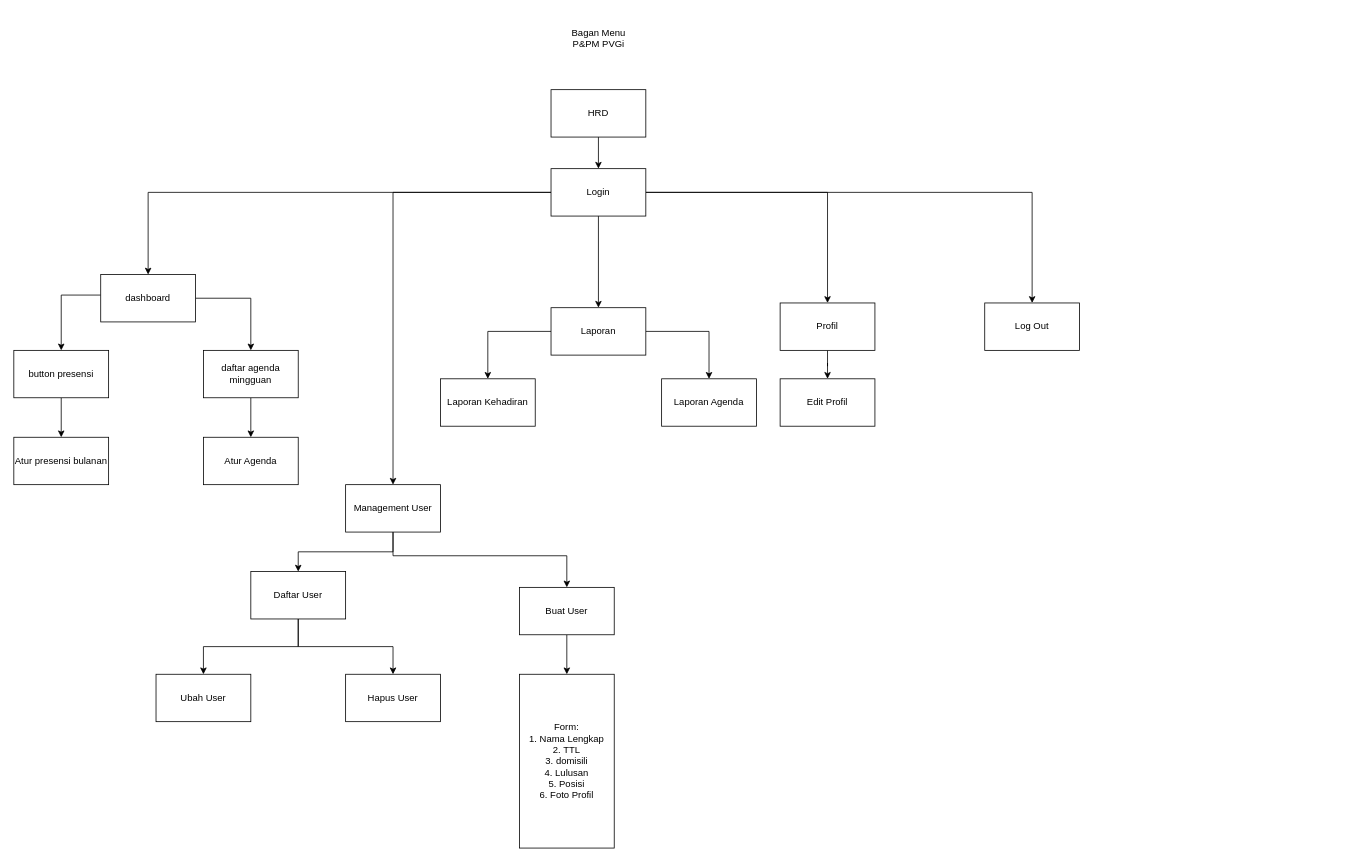
This is page "HRD" (3 of 6) of P&PM PVGi/Bagan Menu PNPM.drawio from birthdaygracia24/AllAboutDrawIO, a draw.io file, before an edit. Source tidied: cells renumbered, new cells numbered last; positions are measured from the earlier drawing's top-left corner, leaving out a move shared by most shapes. Both pictures are drawn from the tidied source at 79%, with x=0, y=0 at pixel (13, 26).
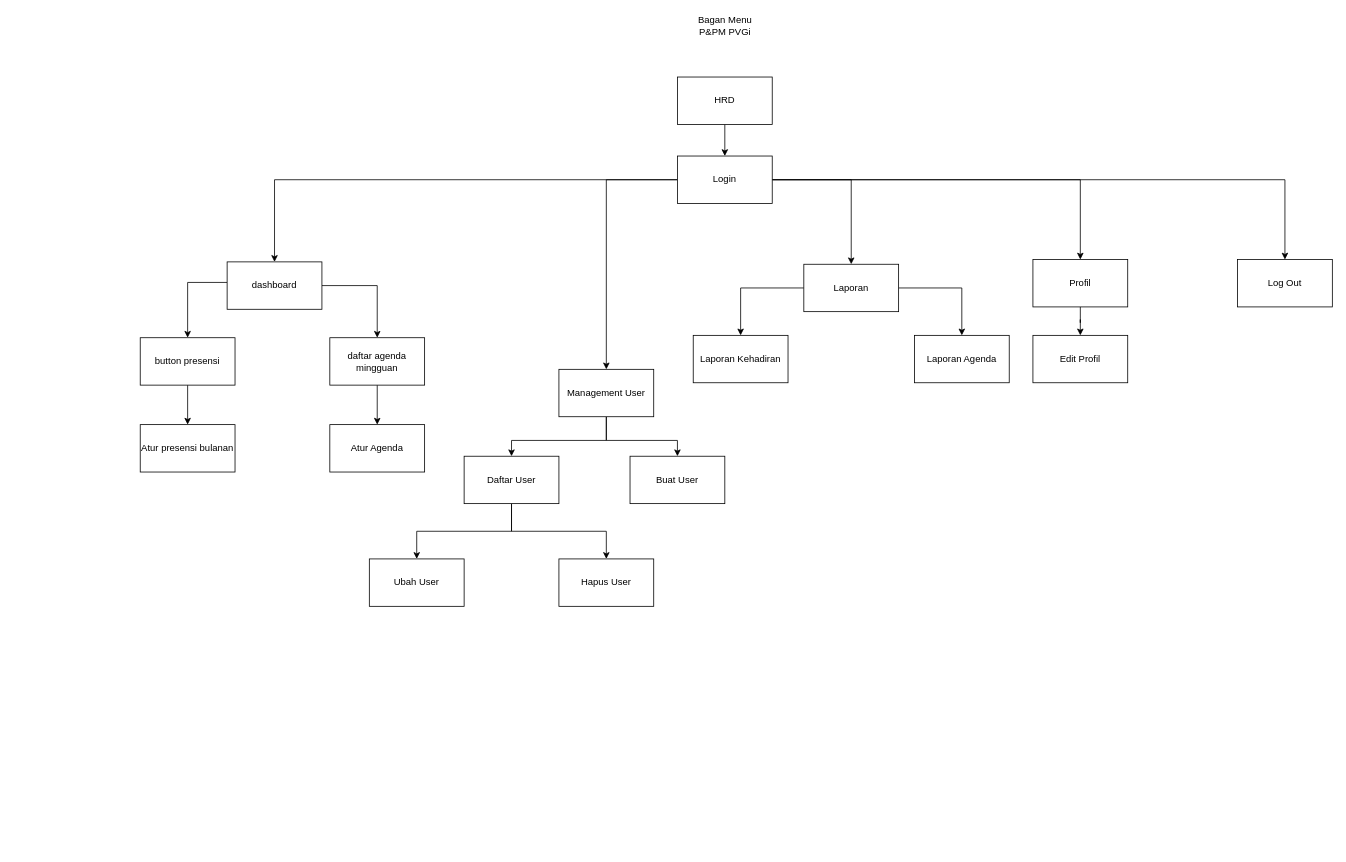
Above is the later version.

What changed in the source:
```diff
@@
     <mxCell id="3" value="HRD" style="rounded=0;whiteSpace=wrap;html=1;" parent="1" vertex="1">
-      <mxGeometry x="680" y="80" width="120" height="60" as="geometry" />
+      <mxGeometry x="840" y="64" width="120" height="60" as="geometry" />
     </mxCell>
     <mxCell id="4" value="Bagan Menu&lt;br&gt;P&amp;amp;PM PVGi" style="text;html=1;align=center;verticalAlign=middle;strokeColor=none;" parent="1" vertex="1">
-      <mxGeometry x="700" width="80" height="30" as="geometry" />
+      <mxGeometry x="860" y="-16" width="80" height="30" as="geometry" />
     </mxCell>
@@
     <mxCell id="10" value="Login" style="rounded=0;whiteSpace=wrap;html=1;" parent="1" vertex="1">
-      <mxGeometry x="680" y="180" width="120" height="60" as="geometry" />
+      <mxGeometry x="840" y="164" width="120" height="60" as="geometry" />
     </mxCell>
     <mxCell id="11" style="edgeStyle=orthogonalEdgeStyle;rounded=0;jettySize=auto;html=1;entryX=0.5;entryY=0;entryDx=0;entryDy=0;" parent="1" edge="1" source="13" target="21">
       <mxGeometry relative="1" as="geometry">
         <Array as="points">
-          <mxPoint x="60" y="340" />
+          <mxPoint x="220" y="324" />
         </Array>
       </mxGeometry>
     </mxCell>
@@
     <mxCell id="13" value="dashboard" style="rounded=0;whiteSpace=wrap;html=1;" parent="1" vertex="1">
-      <mxGeometry x="110" y="314" width="120" height="60" as="geometry" />
+      <mxGeometry x="270" y="298" width="120" height="60" as="geometry" />
     </mxCell>
     <mxCell id="14" style="edgeStyle=orthogonalEdgeStyle;rounded=0;jettySize=auto;html=1;entryX=0.5;entryY=0;entryDx=0;entryDy=0;" parent="1" edge="1" source="16" target="29">
-      <mxGeometry relative="1" as="geometry" />
+      <mxGeometry relative="1" as="geometry">
+        <Array as="points">
+          <mxPoint x="750" y="524" />
+          <mxPoint x="630" y="524" />
+        </Array>
+      </mxGeometry>
     </mxCell>
     <mxCell id="15" style="edgeStyle=orthogonalEdgeStyle;rounded=0;jettySize=auto;html=1;entryX=0.5;entryY=0;entryDx=0;entryDy=0;" parent="1" edge="1" source="16" target="31">
       <mxGeometry relative="1" as="geometry">
         <Array as="points">
-          <mxPoint x="480" y="670" />
-          <mxPoint x="700" y="670" />
+          <mxPoint x="750" y="524" />
+          <mxPoint x="840" y="524" />
         </Array>
       </mxGeometry>
     </mxCell>
     <mxCell id="16" value="Management User" style="rounded=0;whiteSpace=wrap;html=1;" parent="1" vertex="1">
-      <mxGeometry x="420" y="580" width="120" height="60" as="geometry" />
+      <mxGeometry x="690" y="434" width="120" height="60" as="geometry" />
     </mxCell>
@@
     <mxCell id="18" value="Profil" style="rounded=0;whiteSpace=wrap;html=1;" parent="1" vertex="1">
-      <mxGeometry x="970" y="350" width="120" height="60" as="geometry" />
+      <mxGeometry x="1290" y="295" width="120" height="60" as="geometry" />
     </mxCell>
     <mxCell id="19" value="Log Out" style="rounded=0;whiteSpace=wrap;html=1;" parent="1" vertex="1">
-      <mxGeometry x="1229" y="350" width="120" height="60" as="geometry" />
+      <mxGeometry x="1549" y="295" width="120" height="60" as="geometry" />
     </mxCell>
@@
     <mxCell id="21" value="button presensi" style="rounded=0;whiteSpace=wrap;html=1;" parent="1" vertex="1">
-      <mxGeometry y="410" width="120" height="60" as="geometry" />
+      <mxGeometry x="160" y="394" width="120" height="60" as="geometry" />
     </mxCell>
@@
     <mxCell id="23" value="daftar agenda mingguan" style="rounded=0;whiteSpace=wrap;html=1;" parent="1" vertex="1">
-      <mxGeometry x="240" y="410" width="120" height="60" as="geometry" />
+      <mxGeometry x="400" y="394" width="120" height="60" as="geometry" />
     </mxCell>
     <mxCell id="24" value="Atur Agenda" style="rounded=0;whiteSpace=wrap;html=1;" parent="1" vertex="1">
-      <mxGeometry x="240" y="520" width="120" height="60" as="geometry" />
+      <mxGeometry x="400" y="504" width="120" height="60" as="geometry" />
     </mxCell>
     <mxCell id="25" value="Atur presensi bulanan" style="rounded=0;whiteSpace=wrap;html=1;" parent="1" vertex="1">
-      <mxGeometry y="520" width="120" height="60" as="geometry" />
+      <mxGeometry x="160" y="504" width="120" height="60" as="geometry" />
     </mxCell>
     <mxCell id="26" value="Edit Profil" style="rounded=0;whiteSpace=wrap;html=1;" parent="1" vertex="1">
-      <mxGeometry x="970" y="446" width="120" height="60" as="geometry" />
+      <mxGeometry x="1290" y="391" width="120" height="60" as="geometry" />
     </mxCell>
@@
     <mxCell id="29" value="Daftar User" style="rounded=0;whiteSpace=wrap;html=1;" parent="1" vertex="1">
-      <mxGeometry x="300" y="690" width="120" height="60" as="geometry" />
+      <mxGeometry x="570" y="544" width="120" height="60" as="geometry" />
     </mxCell>
-    <mxCell id="30" style="edgeStyle=orthogonalEdgeStyle;rounded=0;jettySize=auto;html=1;entryX=0.5;entryY=0;entryDx=0;entryDy=0;" parent="1" edge="1" source="31" target="34">
-      <mxGeometry relative="1" as="geometry" />
-    </mxCell>
     <mxCell id="31" value="Buat User" style="rounded=0;whiteSpace=wrap;html=1;" parent="1" vertex="1">
-      <mxGeometry x="640" y="710" width="120" height="60" as="geometry" />
+      <mxGeometry x="780" y="544" width="120" height="60" as="geometry" />
     </mxCell>
     <mxCell id="32" value="Ubah User" style="rounded=0;whiteSpace=wrap;html=1;" parent="1" vertex="1">
-      <mxGeometry x="180" y="820" width="120" height="60" as="geometry" />
+      <mxGeometry x="450" y="674" width="120" height="60" as="geometry" />
     </mxCell>
     <mxCell id="33" value="Hapus User" style="rounded=0;whiteSpace=wrap;html=1;" parent="1" vertex="1">
-      <mxGeometry x="420" y="820" width="120" height="60" as="geometry" />
+      <mxGeometry x="690" y="674" width="120" height="60" as="geometry" />
     </mxCell>
-    <mxCell id="34" value="Form:&lt;br&gt;1. Nama Lengkap&lt;br&gt;2. TTL&lt;br&gt;3. domisili&lt;br&gt;4. Lulusan&lt;br&gt;5. Posisi&lt;br&gt;6. Foto Profil" style="rounded=0;whiteSpace=wrap;html=1;" parent="1" vertex="1">
-      <mxGeometry x="640" y="820" width="120" height="220" as="geometry" />
-    </mxCell>
@@
     <mxCell id="37" value="Laporan" style="rounded=0;whiteSpace=wrap;html=1;" parent="1" vertex="1">
-      <mxGeometry x="680" y="356" width="120" height="60" as="geometry" />
+      <mxGeometry x="1000" y="301" width="120" height="60" as="geometry" />
     </mxCell>
     <mxCell id="38" value="Laporan Kehadiran" style="rounded=0;whiteSpace=wrap;html=1;" parent="1" vertex="1">
-      <mxGeometry x="540" y="446" width="120" height="60" as="geometry" />
+      <mxGeometry x="860" y="391" width="120" height="60" as="geometry" />
     </mxCell>
     <mxCell id="39" value="Laporan Agenda" style="rounded=0;whiteSpace=wrap;html=1;" parent="1" vertex="1">
-      <mxGeometry x="820" y="446" width="120" height="60" as="geometry" />
+      <mxGeometry x="1140" y="391" width="120" height="60" as="geometry" />
     </mxCell>
```
